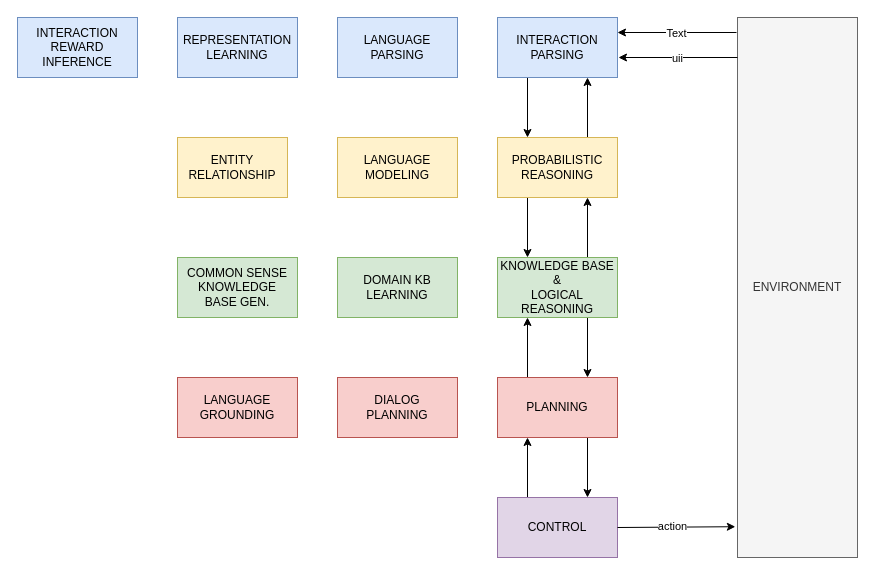
This is page "nlp-agent-architecture" (1 of 3) of lectures/nlp/images/nlp.drawio from pantelis/aiml-common, a draw.io file, before an edit. Source tidied: cells renumbered, new cells numbered last; positions are measured from the earlier drawing's top-left corner, leaving out a move shared by most shapes. Both pictures are drawn from the tidied source at 100%, with x=0, y=0 at pixel (17, 17).
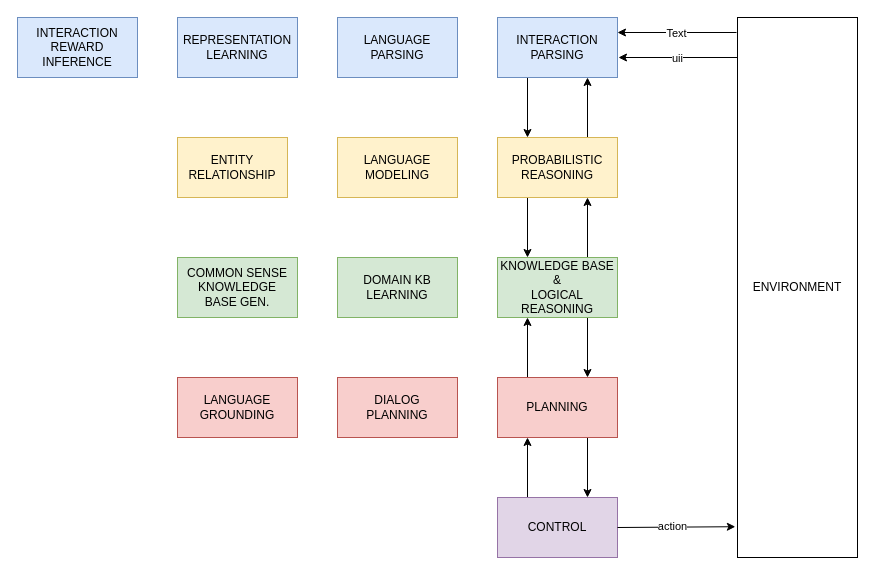
After the change.

The edit, as a diff of the source:
```diff
@@
-    <mxCell id="15" value="ENVIRONMENT" style="rounded=0;whiteSpace=wrap;html=1;fillColor=#f5f5f5;strokeColor=#666666;fontColor=#333333;" parent="1" vertex="1">
+    <mxCell id="15" value="ENVIRONMENT" style="rounded=0;whiteSpace=wrap;html=1;" parent="1" vertex="1">
       <mxGeometry x="720" width="120" height="540" as="geometry" />
     </mxCell>
```
